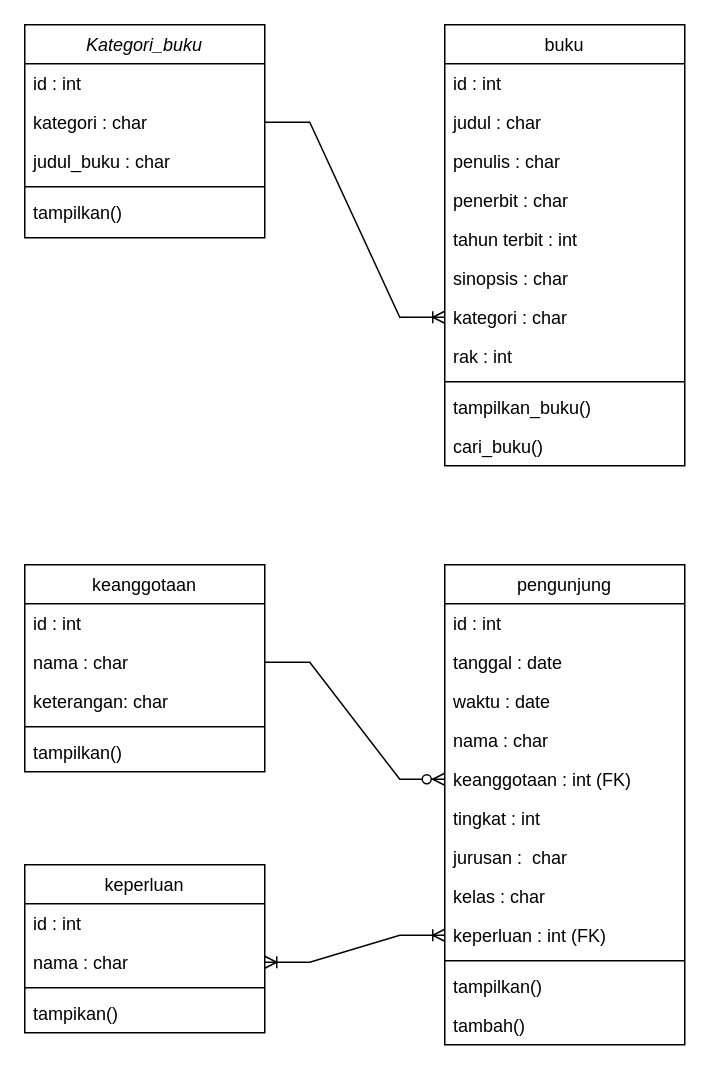
Fanikarina/Project-TeFa keeps this draw.io diagram as Class diagram.drawio. Above is the earlier version. Source tidied: cells renumbered, new cells numbered last; positions are measured from the earlier drawing's top-left corner, leaving out a move shared by most shapes. Both pictures are drawn from the tidied source at 150%, with x=0, y=0 at pixel (24, 24).
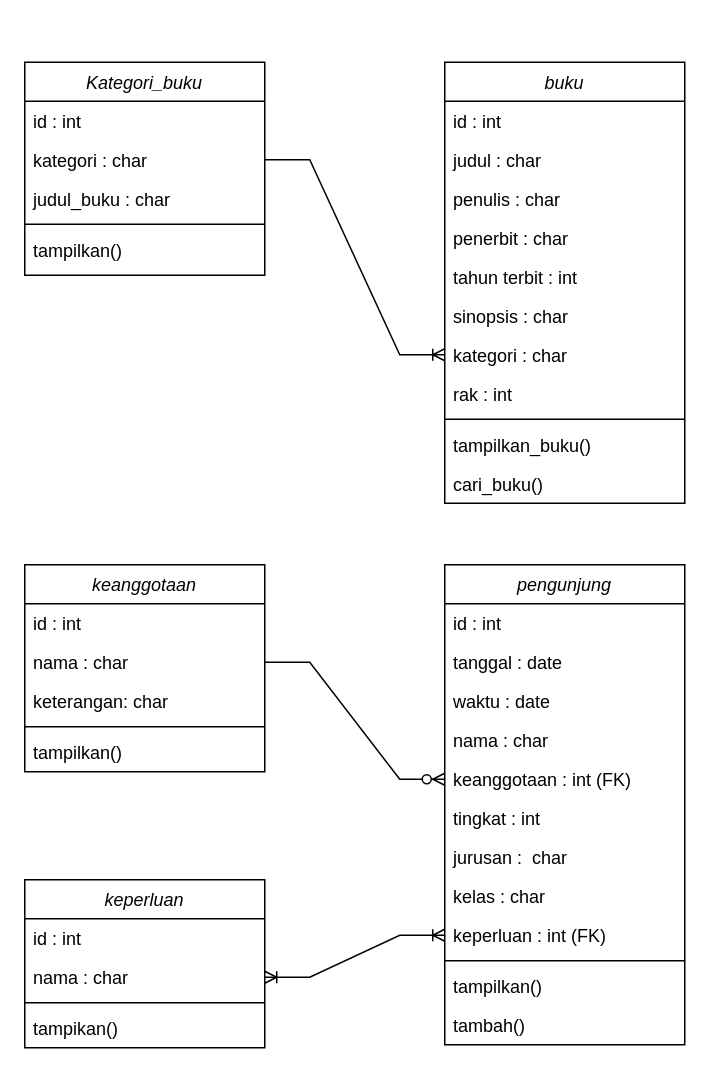
Above is the later version.

Diff of the diagram source:
```diff
@@
     <mxCell id="2" value="Kategori_buku" style="swimlane;fontStyle=2;align=center;verticalAlign=top;horizontal=1;startSize=26;rounded=0;shadow=0;strokeWidth=1;" parent="1" vertex="1">
-      <mxGeometry width="160" height="142" as="geometry" />
+      <mxGeometry y="25" width="160" height="142" as="geometry" />
     </mxCell>
@@
-    <mxCell id="8" value="keanggotaan" style="swimlane;fontStyle=0;align=center;verticalAlign=top;horizontal=1;startSize=26;rounded=0;shadow=0;strokeWidth=1;" parent="1" vertex="1">
+    <mxCell id="8" value="keanggotaan" style="swimlane;fontStyle=2;align=center;verticalAlign=top;horizontal=1;startSize=26;rounded=0;shadow=0;strokeWidth=1;" parent="1" vertex="1">
       <mxGeometry y="360" width="160" height="138" as="geometry" />
     </mxCell>
@@
-    <mxCell id="14" value="buku" style="swimlane;fontStyle=0;align=center;verticalAlign=top;horizontal=1;startSize=26;rounded=0;shadow=0;strokeWidth=1;" parent="1" vertex="1">
-      <mxGeometry x="280" width="160" height="294" as="geometry" />
+    <mxCell id="14" value="buku" style="swimlane;fontStyle=2;align=center;verticalAlign=top;horizontal=1;startSize=26;rounded=0;shadow=0;strokeWidth=1;" parent="1" vertex="1">
+      <mxGeometry x="280" y="25" width="160" height="294" as="geometry" />
     </mxCell>
@@
-    <mxCell id="26" value="pengunjung" style="swimlane;fontStyle=0;align=center;verticalAlign=top;horizontal=1;startSize=26;rounded=0;shadow=0;strokeWidth=1;" parent="1" vertex="1">
+    <mxCell id="26" value="pengunjung" style="swimlane;fontStyle=2;align=center;verticalAlign=top;horizontal=1;startSize=26;rounded=0;shadow=0;strokeWidth=1;" parent="1" vertex="1">
       <mxGeometry x="280" y="360" width="160" height="320" as="geometry" />
     </mxCell>
@@
-    <mxCell id="39" value="keperluan" style="swimlane;fontStyle=0;align=center;verticalAlign=top;horizontal=1;startSize=26;rounded=0;shadow=0;strokeWidth=1;" parent="1" vertex="1">
-      <mxGeometry y="560" width="160" height="112" as="geometry" />
+    <mxCell id="39" value="keperluan" style="swimlane;fontStyle=2;align=center;verticalAlign=top;horizontal=1;startSize=26;rounded=0;shadow=0;strokeWidth=1;" parent="1" vertex="1">
+      <mxGeometry y="570" width="160" height="112" as="geometry" />
     </mxCell>
```
